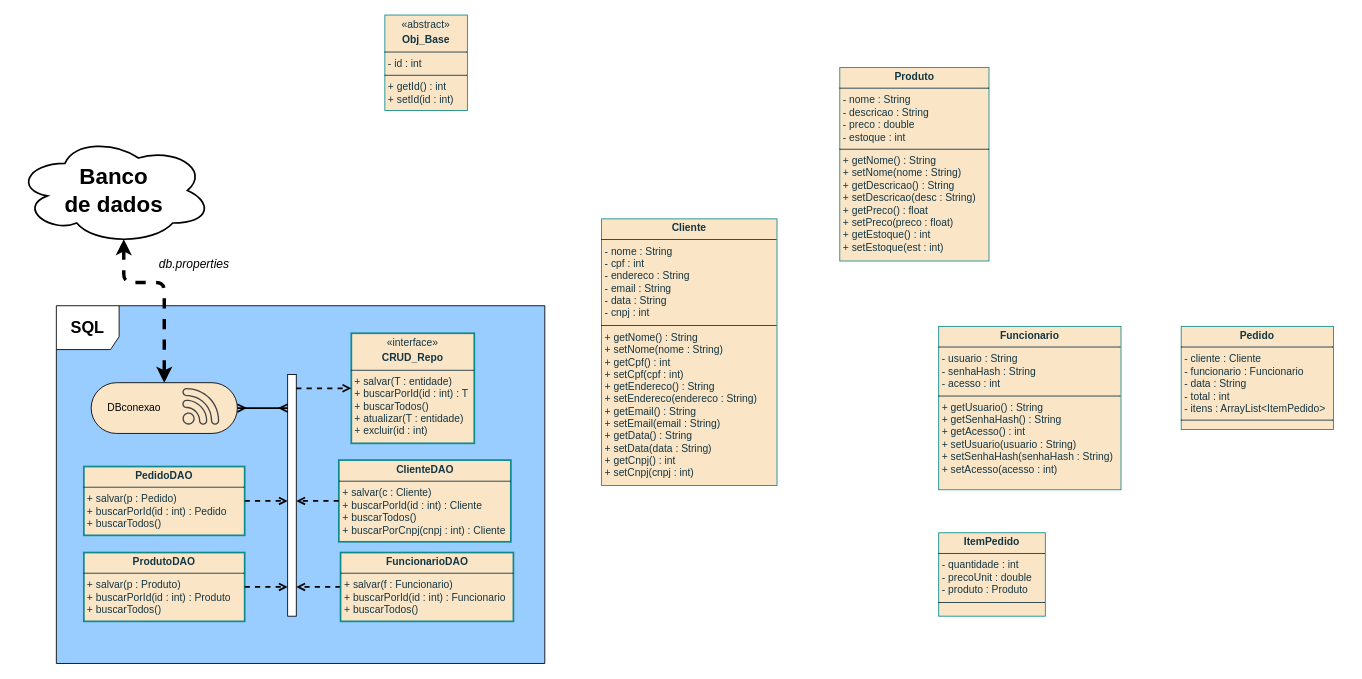
Before: Umbrello_UML/Diagrama_classes.drawio in Kerlon-HSR/SystemDeploy_ISA, a draw.io diagram. Source tidied: cells renumbered, new cells numbered last; positions are measured from the earlier drawing's top-left corner, leaving out a move shared by most shapes. Both pictures are drawn from the tidied source at 86%, with x=0, y=0 at pixel (15, 15).
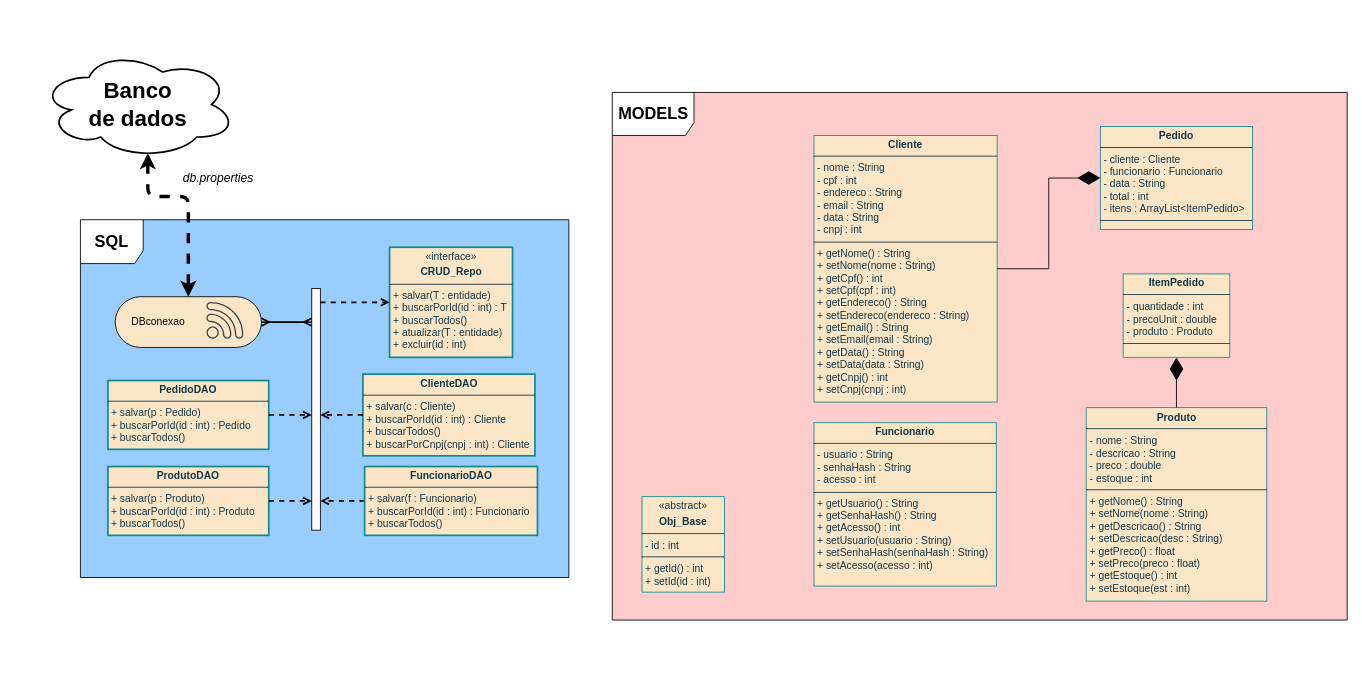
The same page after the edit.

Commit message:
atualizando diagrama

Change to the diagram source:
```diff
@@
+    <mxCell id="27" value="&lt;font style=&quot;font-size: 19px;&quot;&gt;&lt;b&gt;MODELS&lt;/b&gt;&lt;/font&gt;" style="shape=umlFrame;whiteSpace=wrap;html=1;width=95;height=50;swimlaneFillColor=#FFCCCC;" parent="1" vertex="1">
+      <mxGeometry x="693.5" y="90" width="854.5" height="613.5" as="geometry" />
+    </mxCell>
     <mxCell id="2" value="&lt;font style=&quot;font-size: 19px;&quot;&gt;&lt;b&gt;SQL&lt;/b&gt;&lt;/font&gt;" style="shape=umlFrame;whiteSpace=wrap;html=1;width=73;height=51;fillColor=default;gradientColor=none;swimlaneFillColor=#99CCFF;" parent="1" vertex="1">
-      <mxGeometry x="47" y="338" width="568" height="416" as="geometry" />
+      <mxGeometry x="75" y="238" width="568" height="416" as="geometry" />
     </mxCell>
     <mxCell id="3" value="&lt;p style=&quot;margin:0px;margin-top:4px;text-align:center;&quot;&gt;&lt;b style=&quot;&quot;&gt;Funcionario&lt;/b&gt;&lt;/p&gt;&lt;hr size=&quot;1&quot; style=&quot;border-style:solid;&quot;&gt;&lt;div style=&quot;color: rgb(0, 0, 0);&quot;&gt;&lt;p style=&quot;margin: 0px 0px 0px 4px; color: rgb(20, 54, 66);&quot;&gt;- usuario : String&lt;/p&gt;&lt;p style=&quot;margin: 0px 0px 0px 4px; color: rgb(20, 54, 66);&quot;&gt;- senhaHash : String&lt;/p&gt;&lt;p style=&quot;margin: 0px 0px 0px 4px; color: rgb(20, 54, 66);&quot;&gt;- acesso : int&lt;/p&gt;&lt;/div&gt;&lt;hr size=&quot;1&quot; style=&quot;border-style:solid;&quot;&gt;&lt;p style=&quot;margin:0px;margin-left:4px;&quot;&gt;+ getUsuario() : String&lt;/p&gt;&lt;p style=&quot;margin:0px;margin-left:4px;&quot;&gt;+ getSenhaHash() : String&lt;/p&gt;&lt;p style=&quot;margin:0px;margin-left:4px;&quot;&gt;+ getAcesso() : int&lt;/p&gt;&lt;p style=&quot;margin:0px;margin-left:4px;&quot;&gt;+ setUsuario(usuario : String)&lt;/p&gt;&lt;p style=&quot;margin:0px;margin-left:4px;&quot;&gt;+ setSenhaHash(senhaHash : String)&lt;/p&gt;&lt;p style=&quot;margin:0px;margin-left:4px;&quot;&gt;+ setAcesso(acesso : int)&lt;/p&gt;" style="verticalAlign=top;align=left;overflow=fill;html=1;whiteSpace=wrap;strokeColor=#0F8B8D;fontColor=#143642;fillColor=#FAE5C7;" parent="1" vertex="1">
-      <mxGeometry x="1073" y="362" width="212" height="190" as="geometry" />
+      <mxGeometry x="928" y="474" width="212" height="190" as="geometry" />
     </mxCell>
     <mxCell id="4" value="&lt;p style=&quot;margin:0px;margin-top:4px;text-align:center;&quot;&gt;&lt;b style=&quot;&quot;&gt;Pedido&lt;/b&gt;&lt;/p&gt;&lt;hr size=&quot;1&quot; style=&quot;border-style:solid;&quot;&gt;&lt;div style=&quot;color: rgb(0, 0, 0);&quot;&gt;&lt;p style=&quot;margin: 0px 0px 0px 4px; color: rgb(20, 54, 66);&quot;&gt;- cliente : Cliente&lt;/p&gt;&lt;p style=&quot;margin: 0px 0px 0px 4px; color: rgb(20, 54, 66);&quot;&gt;- funcionario : Funcionario&lt;/p&gt;&lt;p style=&quot;margin: 0px 0px 0px 4px; color: rgb(20, 54, 66);&quot;&gt;- data : String&lt;/p&gt;&lt;p style=&quot;margin: 0px 0px 0px 4px; color: rgb(20, 54, 66);&quot;&gt;- total : int&lt;/p&gt;&lt;p style=&quot;margin: 0px 0px 0px 4px; color: rgb(20, 54, 66);&quot;&gt;- itens : ArrayList&amp;lt;ItemPedido&amp;gt;&lt;/p&gt;&lt;/div&gt;&lt;hr size=&quot;1&quot; style=&quot;border-style:solid;&quot;&gt;&lt;p style=&quot;margin:0px;margin-left:4px;&quot;&gt;&lt;br&gt;&lt;/p&gt;" style="verticalAlign=top;align=left;overflow=fill;html=1;whiteSpace=wrap;strokeColor=#0F8B8D;fontColor=#143642;fillColor=#FAE5C7;" parent="1" vertex="1">
-      <mxGeometry x="1355" y="362" width="177" height="120" as="geometry" />
+      <mxGeometry x="1261" y="129.5" width="177" height="120" as="geometry" />
     </mxCell>
     <mxCell id="5" value="&lt;p style=&quot;margin:0px;margin-top:4px;text-align:center;&quot;&gt;&lt;b style=&quot;&quot;&gt;Cliente&lt;/b&gt;&lt;/p&gt;&lt;hr size=&quot;1&quot; style=&quot;border-style:solid;&quot;&gt;&lt;div style=&quot;color: rgb(0, 0, 0);&quot;&gt;&lt;p style=&quot;margin: 0px 0px 0px 4px; color: rgb(20, 54, 66);&quot;&gt;- nome : String&lt;/p&gt;&lt;p style=&quot;margin: 0px 0px 0px 4px; color: rgb(20, 54, 66);&quot;&gt;- cpf : int&lt;/p&gt;&lt;p style=&quot;margin: 0px 0px 0px 4px; color: rgb(20, 54, 66);&quot;&gt;- endereco : String&lt;/p&gt;&lt;p style=&quot;margin: 0px 0px 0px 4px; color: rgb(20, 54, 66);&quot;&gt;- email : String&lt;/p&gt;&lt;p style=&quot;margin: 0px 0px 0px 4px; color: rgb(20, 54, 66);&quot;&gt;- data : String&lt;/p&gt;&lt;p style=&quot;margin: 0px 0px 0px 4px; color: rgb(20, 54, 66);&quot;&gt;- cnpj : int&lt;/p&gt;&lt;/div&gt;&lt;hr size=&quot;1&quot; style=&quot;border-style:solid;&quot;&gt;&lt;p style=&quot;margin:0px;margin-left:4px;&quot;&gt;+ getNome() : String&amp;nbsp;&lt;/p&gt;&lt;p style=&quot;margin:0px;margin-left:4px;&quot;&gt;+ setNome(nome : String)&lt;/p&gt;&lt;p style=&quot;margin:0px;margin-left:4px;&quot;&gt;+ getCpf() : int&amp;nbsp;&lt;/p&gt;&lt;p style=&quot;margin:0px;margin-left:4px;&quot;&gt;+ setCpf(cpf : int)&lt;/p&gt;&lt;p style=&quot;margin:0px;margin-left:4px;&quot;&gt;+ getEndereco() : String&amp;nbsp;&lt;/p&gt;&lt;p style=&quot;margin:0px;margin-left:4px;&quot;&gt;+ setEndereco(endereco : String)&lt;/p&gt;&lt;p style=&quot;margin:0px;margin-left:4px;&quot;&gt;+ getEmail() : String&amp;nbsp;&lt;/p&gt;&lt;p style=&quot;margin:0px;margin-left:4px;&quot;&gt;+ setEmail(email : String)&lt;/p&gt;&lt;p style=&quot;margin:0px;margin-left:4px;&quot;&gt;+ getData() : String&amp;nbsp;&lt;/p&gt;&lt;p style=&quot;margin:0px;margin-left:4px;&quot;&gt;+ setData(data : String)&lt;/p&gt;&lt;p style=&quot;margin:0px;margin-left:4px;&quot;&gt;+ getCnpj() : int&amp;nbsp;&lt;/p&gt;&lt;p style=&quot;margin:0px;margin-left:4px;&quot;&gt;+ setCnpj(cnpj : int)&lt;/p&gt;" style="verticalAlign=top;align=left;overflow=fill;html=1;whiteSpace=wrap;strokeColor=#0F8B8D;fontColor=#143642;fillColor=#FAE5C7;" parent="1" vertex="1">
-      <mxGeometry x="681" y="237" width="204" height="310" as="geometry" />
+      <mxGeometry x="928" y="140" width="213" height="310" as="geometry" />
     </mxCell>
     <mxCell id="6" value="&lt;p style=&quot;margin:0px;margin-top:4px;text-align:center;&quot;&gt;&lt;b style=&quot;&quot;&gt;Produto&lt;/b&gt;&lt;/p&gt;&lt;hr size=&quot;1&quot; style=&quot;border-style:solid;&quot;&gt;&lt;div style=&quot;color: rgb(0, 0, 0);&quot;&gt;&lt;p style=&quot;margin: 0px 0px 0px 4px; color: rgb(20, 54, 66);&quot;&gt;- nome : String&lt;/p&gt;&lt;p style=&quot;margin: 0px 0px 0px 4px; color: rgb(20, 54, 66);&quot;&gt;- descricao : String&lt;/p&gt;&lt;p style=&quot;margin: 0px 0px 0px 4px; color: rgb(20, 54, 66);&quot;&gt;- preco : double&lt;/p&gt;&lt;p style=&quot;margin: 0px 0px 0px 4px; color: rgb(20, 54, 66);&quot;&gt;- estoque : int&lt;/p&gt;&lt;/div&gt;&lt;hr size=&quot;1&quot; style=&quot;border-style:solid;&quot;&gt;&lt;p style=&quot;margin:0px;margin-left:4px;&quot;&gt;+ getNome() : String&amp;nbsp;&lt;/p&gt;&lt;p style=&quot;margin:0px;margin-left:4px;&quot;&gt;+ setNome(nome : String)&lt;/p&gt;&lt;p style=&quot;margin:0px;margin-left:4px;&quot;&gt;+ getDescricao() : String&amp;nbsp;&lt;/p&gt;&lt;p style=&quot;margin:0px;margin-left:4px;&quot;&gt;+ setDescricao(desc : String)&lt;/p&gt;&lt;p style=&quot;margin:0px;margin-left:4px;&quot;&gt;+ getPreco() : float&amp;nbsp;&lt;/p&gt;&lt;p style=&quot;margin:0px;margin-left:4px;&quot;&gt;+ setPreco(preco : float)&lt;/p&gt;&lt;p style=&quot;margin:0px;margin-left:4px;&quot;&gt;+ getEstoque() : int&amp;nbsp;&lt;/p&gt;&lt;p style=&quot;margin:0px;margin-left:4px;&quot;&gt;+ setEstoque(est : int)&lt;/p&gt;" style="verticalAlign=top;align=left;overflow=fill;html=1;whiteSpace=wrap;strokeColor=#0F8B8D;fontColor=#143642;fillColor=#FAE5C7;" parent="1" vertex="1">
-      <mxGeometry x="958" y="61" width="173.5" height="225" as="geometry" />
+      <mxGeometry x="1244.5" y="456.5" width="210" height="225" as="geometry" />
     </mxCell>
     <mxCell id="7" value="&lt;p style=&quot;margin:0px;margin-top:4px;text-align:center;&quot;&gt;&lt;b style=&quot;&quot;&gt;ItemPedido&lt;/b&gt;&lt;/p&gt;&lt;hr size=&quot;1&quot; style=&quot;border-style:solid;&quot;&gt;&lt;div style=&quot;color: rgb(0, 0, 0);&quot;&gt;&lt;p style=&quot;margin: 0px 0px 0px 4px; color: rgb(20, 54, 66);&quot;&gt;- quantidade : int&lt;/p&gt;&lt;p style=&quot;margin: 0px 0px 0px 4px; color: rgb(20, 54, 66);&quot;&gt;- precoUnit : double&lt;/p&gt;&lt;p style=&quot;margin: 0px 0px 0px 4px; color: rgb(20, 54, 66);&quot;&gt;- produto : Produto&lt;/p&gt;&lt;/div&gt;&lt;hr size=&quot;1&quot; style=&quot;border-style:solid;&quot;&gt;&lt;p style=&quot;margin:0px;margin-left:4px;&quot;&gt;&lt;br&gt;&lt;/p&gt;" style="verticalAlign=top;align=left;overflow=fill;html=1;whiteSpace=wrap;strokeColor=#0F8B8D;fontColor=#143642;fillColor=#FAE5C7;" parent="1" vertex="1">
-      <mxGeometry x="1073" y="602" width="124" height="97" as="geometry" />
+      <mxGeometry x="1287.5" y="301" width="124" height="97" as="geometry" />
     </mxCell>
     <mxCell id="8" value="&lt;p style=&quot;margin:0px;margin-top:4px;text-align:center;&quot;&gt;«abstract»&lt;/p&gt;&lt;p style=&quot;margin:0px;margin-top:4px;text-align:center;&quot;&gt;&lt;b style=&quot;&quot;&gt;Obj_Base&lt;/b&gt;&lt;/p&gt;&lt;hr size=&quot;1&quot; style=&quot;border-style:solid;&quot;&gt;&lt;div style=&quot;color: rgb(0, 0, 0);&quot;&gt;&lt;p style=&quot;margin: 0px 0px 0px 4px; color: rgb(20, 54, 66);&quot;&gt;- id : int&lt;/p&gt;&lt;/div&gt;&lt;hr size=&quot;1&quot; style=&quot;border-style:solid;&quot;&gt;&lt;p style=&quot;margin:0px;margin-left:4px;&quot;&gt;+ getId() : int&lt;/p&gt;&lt;p style=&quot;margin:0px;margin-left:4px;&quot;&gt;+ setId(id : int)&lt;/p&gt;" style="verticalAlign=top;align=left;overflow=fill;html=1;whiteSpace=wrap;strokeColor=#0F8B8D;fontColor=#143642;fillColor=#FAE5C7;" parent="1" vertex="1">
-      <mxGeometry x="429" width="96" height="111" as="geometry" />
+      <mxGeometry x="728" y="560" width="96" height="111" as="geometry" />
     </mxCell>
     <mxCell id="9" value="&lt;p style=&quot;margin:0px;margin-top:4px;text-align:center;&quot;&gt;«interface»&lt;/p&gt;&lt;p style=&quot;margin:0px;margin-top:4px;text-align:center;&quot;&gt;&lt;b style=&quot;&quot;&gt;CRUD_Repo&lt;/b&gt;&lt;/p&gt;&lt;hr size=&quot;1&quot; style=&quot;border-style:solid;&quot;&gt;&lt;div style=&quot;color: rgb(0, 0, 0);&quot;&gt;&lt;p style=&quot;margin: 0px 0px 0px 4px; color: rgb(20, 54, 66);&quot;&gt;+ salvar(T : entidade)&lt;/p&gt;&lt;p style=&quot;margin: 0px 0px 0px 4px; color: rgb(20, 54, 66);&quot;&gt;+ buscarPorId(id : int) : T&lt;/p&gt;&lt;p style=&quot;margin: 0px 0px 0px 4px; color: rgb(20, 54, 66);&quot;&gt;+ buscarTodos()&lt;/p&gt;&lt;p style=&quot;margin: 0px 0px 0px 4px; color: rgb(20, 54, 66);&quot;&gt;+ atualizar(T : entidade)&lt;/p&gt;&lt;p style=&quot;margin: 0px 0px 0px 4px; color: rgb(20, 54, 66);&quot;&gt;+ excluir(id : int)&lt;/p&gt;&lt;/div&gt;" style="verticalAlign=top;align=left;overflow=fill;html=1;whiteSpace=wrap;strokeColor=#0F8B8D;fontColor=#143642;fillColor=#FAE5C7;strokeWidth=2;" parent="1" vertex="1">
-      <mxGeometry x="390" y="370" width="143" height="128" as="geometry" />
+      <mxGeometry x="434.5" y="270" width="143" height="128" as="geometry" />
     </mxCell>
     <mxCell id="10" value="&lt;p style=&quot;margin:0px;margin-top:4px;text-align:center;&quot;&gt;&lt;b style=&quot;background-color: transparent; color: light-dark(rgb(20, 54, 66), rgb(173, 202, 213));&quot;&gt;PedidoDAO&lt;/b&gt;&lt;/p&gt;&lt;hr size=&quot;1&quot; style=&quot;border-style:solid;&quot;&gt;&lt;div style=&quot;color: rgb(0, 0, 0);&quot;&gt;&lt;p style=&quot;margin: 0px 0px 0px 4px; color: rgb(20, 54, 66);&quot;&gt;+ salvar(p : Pedido)&amp;nbsp;&lt;/p&gt;&lt;p style=&quot;margin: 0px 0px 0px 4px; color: rgb(20, 54, 66);&quot;&gt;+ buscarPorId(id : int) : Pedido&amp;nbsp;&lt;/p&gt;&lt;p style=&quot;margin: 0px 0px 0px 4px; color: rgb(20, 54, 66);&quot;&gt;+ buscarTodos()&lt;/p&gt;&lt;/div&gt;" style="verticalAlign=top;align=left;overflow=fill;html=1;whiteSpace=wrap;strokeColor=#0F8B8D;fontColor=#143642;fillColor=#FAE5C7;strokeWidth=2;" parent="1" vertex="1">
-      <mxGeometry x="79" y="525" width="187" height="80" as="geometry" />
+      <mxGeometry x="107" y="425" width="187" height="80" as="geometry" />
     </mxCell>
     <mxCell id="11" value="&lt;p style=&quot;margin:0px;margin-top:4px;text-align:center;&quot;&gt;&lt;b style=&quot;background-color: transparent; color: light-dark(rgb(20, 54, 66), rgb(173, 202, 213));&quot;&gt;ClienteDAO&lt;/b&gt;&lt;/p&gt;&lt;hr size=&quot;1&quot; style=&quot;border-style:solid;&quot;&gt;&lt;div style=&quot;color: rgb(0, 0, 0);&quot;&gt;&lt;p style=&quot;margin: 0px 0px 0px 4px; color: rgb(20, 54, 66);&quot;&gt;+ salvar(c : Cliente)&amp;nbsp;&lt;/p&gt;&lt;p style=&quot;margin: 0px 0px 0px 4px; color: rgb(20, 54, 66);&quot;&gt;+ buscarPorId(id : int) : Cliente&amp;nbsp;&lt;/p&gt;&lt;p style=&quot;margin: 0px 0px 0px 4px; color: rgb(20, 54, 66);&quot;&gt;+ buscarTodos()&amp;nbsp;&lt;/p&gt;&lt;p style=&quot;margin: 0px 0px 0px 4px; color: rgb(20, 54, 66);&quot;&gt;+ buscarPorCnpj(cnpj : int) : Cliente&lt;/p&gt;&lt;/div&gt;" style="verticalAlign=top;align=left;overflow=fill;html=1;whiteSpace=wrap;strokeColor=#0F8B8D;fontColor=#143642;fillColor=#FAE5C7;strokeWidth=2;" parent="1" vertex="1">
-      <mxGeometry x="375.5" y="517.5" width="200" height="95" as="geometry" />
+      <mxGeometry x="403.5" y="417.5" width="200" height="95" as="geometry" />
     </mxCell>
     <mxCell id="12" value="&lt;p style=&quot;margin:0px;margin-top:4px;text-align:center;&quot;&gt;&lt;b style=&quot;background-color: transparent; color: light-dark(rgb(20, 54, 66), rgb(173, 202, 213));&quot;&gt;ProdutoDAO&lt;/b&gt;&lt;/p&gt;&lt;hr size=&quot;1&quot; style=&quot;border-style:solid;&quot;&gt;&lt;div style=&quot;color: rgb(0, 0, 0);&quot;&gt;&lt;p style=&quot;margin: 0px 0px 0px 4px; color: rgb(20, 54, 66);&quot;&gt;+ salvar(p : Produto)&amp;nbsp;&lt;/p&gt;&lt;p style=&quot;margin: 0px 0px 0px 4px; color: rgb(20, 54, 66);&quot;&gt;+ buscarPorId(id : int) : Produto&amp;nbsp;&lt;/p&gt;&lt;p style=&quot;margin: 0px 0px 0px 4px; color: rgb(20, 54, 66);&quot;&gt;+ buscarTodos()&lt;/p&gt;&lt;/div&gt;" style="verticalAlign=top;align=left;overflow=fill;html=1;whiteSpace=wrap;strokeColor=#0F8B8D;fontColor=#143642;fillColor=#FAE5C7;strokeWidth=2;" parent="1" vertex="1">
-      <mxGeometry x="79" y="625" width="187" height="80" as="geometry" />
+      <mxGeometry x="107" y="525" width="187" height="80" as="geometry" />
     </mxCell>
-    <mxCell id="13" style="rounded=0;jettySize=auto;html=1;exitX=0;exitY=0.5;exitDx=0;exitDy=0;dashed=1;endArrow=open;endFill=0;strokeWidth=2;" parent="1" edge="1" source="14" target="20">
-      <mxGeometry relative="1" as="geometry" />
-    </mxCell>
+    <mxCell id="28" style="rounded=0;jettySize=auto;html=1;exitX=0;exitY=0.5;exitDx=0;exitDy=0;dashed=1;endArrow=open;endFill=0;strokeWidth=2;" parent="1" edge="1" source="14" target="30">
+      <mxGeometry relative="1" as="geometry" />
+    </mxCell>
     <mxCell id="14" value="&lt;p style=&quot;margin:0px;margin-top:4px;text-align:center;&quot;&gt;&lt;b style=&quot;background-color: transparent; color: light-dark(rgb(20, 54, 66), rgb(173, 202, 213));&quot;&gt;FuncionarioDAO&lt;/b&gt;&lt;/p&gt;&lt;hr size=&quot;1&quot; style=&quot;border-style:solid;&quot;&gt;&lt;div style=&quot;color: rgb(0, 0, 0);&quot;&gt;&lt;p style=&quot;margin: 0px 0px 0px 4px; color: rgb(20, 54, 66);&quot;&gt;+ salvar(f : Funcionario)&amp;nbsp;&lt;/p&gt;&lt;p style=&quot;margin: 0px 0px 0px 4px; color: rgb(20, 54, 66);&quot;&gt;+ buscarPorId(id : int) : Funcionario&lt;/p&gt;&lt;p style=&quot;margin: 0px 0px 0px 4px; color: rgb(20, 54, 66);&quot;&gt;+ buscarTodos()&lt;/p&gt;&lt;/div&gt;" style="verticalAlign=top;align=left;overflow=fill;html=1;whiteSpace=wrap;strokeColor=#0F8B8D;fontColor=#143642;fillColor=#FAE5C7;strokeWidth=2;" parent="1" vertex="1">
-      <mxGeometry x="377.5" y="625" width="201" height="80" as="geometry" />
+      <mxGeometry x="405.5" y="525" width="201" height="80" as="geometry" />
     </mxCell>
-    <mxCell id="15" style="group;" parent="1" vertex="1">
-      <mxGeometry x="87.5" y="427.5" width="170" height="59" as="geometry" />
-    </mxCell>
+    <mxCell id="29" style="group;" parent="1" vertex="1">
+      <mxGeometry x="115.5" y="327.5" width="170" height="59" as="geometry" />
+    </mxCell>
-    <mxCell id="16" value="&lt;span style=&quot;&quot;&gt;&amp;nbsp; &amp;nbsp; &amp;nbsp;DBconexao&lt;/span&gt;" style="html=1;align=left;verticalAlign=middle;rounded=1;absoluteArcSize=1;arcSize=76;dashed=0;whiteSpace=wrap;fillColor=light-dark(#fae5c7, #5a3008);" parent="15" vertex="1">
+    <mxCell id="16" value="&lt;span style=&quot;&quot;&gt;&amp;nbsp; &amp;nbsp; &amp;nbsp;DBconexao&lt;/span&gt;" style="html=1;align=left;verticalAlign=middle;rounded=1;absoluteArcSize=1;arcSize=76;dashed=0;whiteSpace=wrap;fillColor=light-dark(#fae5c7, #5a3008);" parent="29" vertex="1">
       <mxGeometry width="170" height="59" as="geometry" />
     </mxCell>
-    <mxCell id="17" style="shadow=0;dashed=0;html=1;strokeColor=none;fillColor=#434445;labelPosition=center;verticalLabelPosition=bottom;verticalAlign=top;align=center;shape=mxgraph.vvd.wi_fi;strokeWidth=1;" parent="15" vertex="1">
+    <mxCell id="17" style="shadow=0;dashed=0;html=1;strokeColor=none;fillColor=#434445;labelPosition=center;verticalLabelPosition=bottom;verticalAlign=top;align=center;shape=mxgraph.vvd.wi_fi;strokeWidth=1;" parent="29" vertex="1">
       <mxGeometry x="106" y="6" width="43" height="43" as="geometry" />
     </mxCell>
     <mxCell id="18" style="edgeStyle=elbowEdgeStyle;rounded=1;jettySize=auto;html=1;exitX=0.55;exitY=0.95;exitDx=0;exitDy=0;exitPerimeter=0;startArrow=classic;startFill=1;strokeWidth=4;elbow=vertical;dashed=1;curved=0;entryX=0.5;entryY=0;entryDx=0;entryDy=0;" parent="1" edge="1" source="19" target="16">
       <mxGeometry relative="1" as="geometry">
         <Array as="points">
-          <mxPoint x="183" y="311" />
+          <mxPoint x="211" y="211" />
         </Array>
       </mxGeometry>
     </mxCell>
     <mxCell id="19" value="&lt;h2&gt;&lt;font style=&quot;font-size: 26px;&quot;&gt;Banco&lt;br&gt;&lt;/font&gt;&lt;font style=&quot;font-size: 26px;&quot;&gt;de dados&lt;/font&gt;&lt;/h2&gt;" style="ellipse;shape=cloud;html=1;whiteSpace=wrap;spacing=2;spacingTop=0;spacingLeft=0;strokeWidth=2;" parent="1" vertex="1">
-      <mxGeometry y="141" width="228" height="126" as="geometry" />
+      <mxGeometry x="28" y="41" width="228" height="126" as="geometry" />
     </mxCell>
-    <mxCell id="20" style="html=1;points=[[0,0,0,0,5],[0,1,0,0,-5],[1,0,0,0,5],[1,1,0,0,-5]];perimeter=orthogonalPerimeter;outlineConnect=0;targetShapes=umlLifeline;portConstraint=eastwest;newEdgeStyle={&quot;curved&quot;:0,&quot;rounded&quot;:0};" parent="1" vertex="1">
-      <mxGeometry x="316" y="418" width="10" height="281" as="geometry" />
-    </mxCell>
-    <mxCell id="21" style="rounded=0;jettySize=auto;html=1;exitX=0;exitY=0.5;exitDx=0;exitDy=0;dashed=1;endArrow=open;endFill=0;strokeWidth=2;" parent="1" edge="1" source="11" target="20">
-      <mxGeometry relative="1" as="geometry" />
-    </mxCell>
-    <mxCell id="22" style="rounded=0;jettySize=auto;html=1;exitX=1;exitY=0.5;exitDx=0;exitDy=0;dashed=1;endArrow=open;endFill=0;strokeWidth=2;" parent="1" edge="1" source="10" target="20">
-      <mxGeometry relative="1" as="geometry" />
-    </mxCell>
-    <mxCell id="23" style="rounded=0;jettySize=auto;html=1;dashed=1;endArrow=open;endFill=0;exitX=1;exitY=0.5;exitDx=0;exitDy=0;strokeWidth=2;" parent="1" edge="1" source="12" target="20">
-      <mxGeometry relative="1" as="geometry" />
-    </mxCell>
-    <mxCell id="24" style="rounded=0;jettySize=auto;html=1;dashed=1;endArrow=open;endFill=0;entryX=0;entryY=0.5;entryDx=0;entryDy=0;strokeWidth=2;" parent="1" edge="1" source="20" target="9">
-      <mxGeometry relative="1" as="geometry" />
-    </mxCell>
+    <mxCell id="30" style="html=1;points=[[0,0,0,0,5],[0,1,0,0,-5],[1,0,0,0,5],[1,1,0,0,-5]];perimeter=orthogonalPerimeter;outlineConnect=0;targetShapes=umlLifeline;portConstraint=eastwest;newEdgeStyle={&quot;curved&quot;:0,&quot;rounded&quot;:0};" parent="1" vertex="1">
+      <mxGeometry x="344" y="318" width="10" height="281" as="geometry" />
+    </mxCell>
+    <mxCell id="31" style="rounded=0;jettySize=auto;html=1;exitX=0;exitY=0.5;exitDx=0;exitDy=0;dashed=1;endArrow=open;endFill=0;strokeWidth=2;" parent="1" edge="1" source="11" target="30">
+      <mxGeometry relative="1" as="geometry" />
+    </mxCell>
+    <mxCell id="32" style="rounded=0;jettySize=auto;html=1;exitX=1;exitY=0.5;exitDx=0;exitDy=0;dashed=1;endArrow=open;endFill=0;strokeWidth=2;" parent="1" edge="1" source="10" target="30">
+      <mxGeometry relative="1" as="geometry" />
+    </mxCell>
+    <mxCell id="33" style="rounded=0;jettySize=auto;html=1;dashed=1;endArrow=open;endFill=0;exitX=1;exitY=0.5;exitDx=0;exitDy=0;strokeWidth=2;" parent="1" edge="1" source="12" target="30">
+      <mxGeometry relative="1" as="geometry" />
+    </mxCell>
+    <mxCell id="34" style="rounded=0;jettySize=auto;html=1;dashed=1;endArrow=open;endFill=0;entryX=0;entryY=0.5;entryDx=0;entryDy=0;strokeWidth=2;" parent="1" edge="1" source="30" target="9">
+      <mxGeometry relative="1" as="geometry" />
+    </mxCell>
     <mxCell id="25" value="db.properties" style="text;html=1;whiteSpace=wrap;strokeColor=none;fillColor=none;align=center;verticalAlign=middle;rounded=0;fontSize=14;fontStyle=2;" parent="1" vertex="1">
-      <mxGeometry x="171" y="278" width="73" height="23" as="geometry" />
+      <mxGeometry x="199" y="178" width="73" height="23" as="geometry" />
     </mxCell>
-    <mxCell id="26" style="rounded=0;jettySize=auto;html=1;exitX=1;exitY=0.5;exitDx=0;exitDy=0;endArrow=ERmany;endFill=0;startArrow=ERmany;startFill=0;strokeWidth=2;" parent="1" edge="1" source="16" target="20">
-      <mxGeometry relative="1" as="geometry" />
-    </mxCell>
+    <mxCell id="35" style="rounded=0;jettySize=auto;html=1;exitX=1;exitY=0.5;exitDx=0;exitDy=0;endArrow=ERmany;endFill=0;startArrow=ERmany;startFill=0;strokeWidth=2;" parent="1" edge="1" source="16" target="30">
+      <mxGeometry relative="1" as="geometry" />
+    </mxCell>
+    <mxCell id="36" style="endArrow=diamondThin;endFill=1;endSize=24;html=1;rounded=0;fontSize=12;curved=1;exitX=0.5;exitY=0;exitDx=0;exitDy=0;entryX=0.5;entryY=1;entryDx=0;entryDy=0;" parent="1" edge="1" source="6" target="7">
+      <mxGeometry relative="1" as="geometry" />
+    </mxCell>
+    <mxCell id="37" style="endArrow=diamondThin;endFill=1;endSize=24;html=1;rounded=0;fontSize=12;exitX=1;exitY=0.5;exitDx=0;exitDy=0;entryX=0;entryY=0.5;entryDx=0;entryDy=0;edgeStyle=orthogonalEdgeStyle;" parent="1" edge="1" source="5" target="4">
+      <mxGeometry relative="1" as="geometry" />
+    </mxCell>
```
